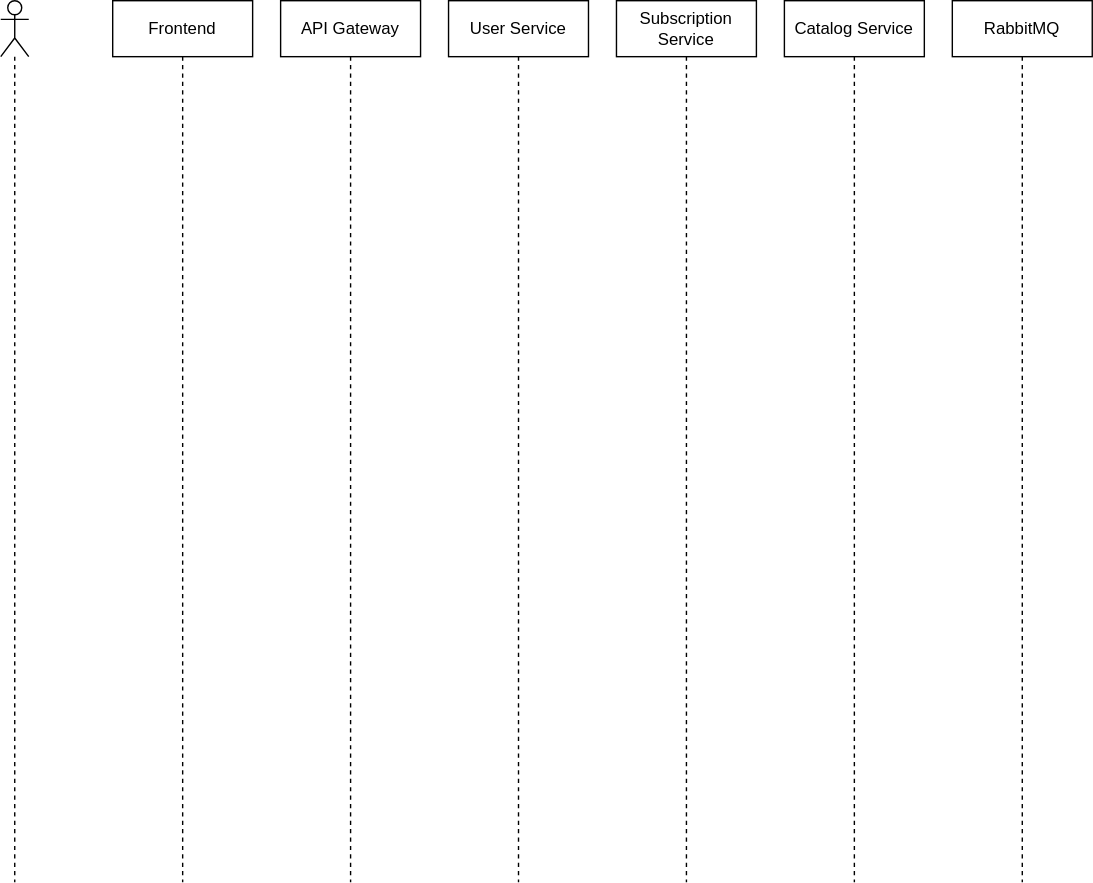
This is UML/UML_sequences.svg from Michail19/NewspaperSubscriber, a draw.io export, as it was before one commit. Source tidied: cells renumbered, new cells last; positions are measured from the earlier drawing's top-left corner, leaving out a move shared by most shapes.
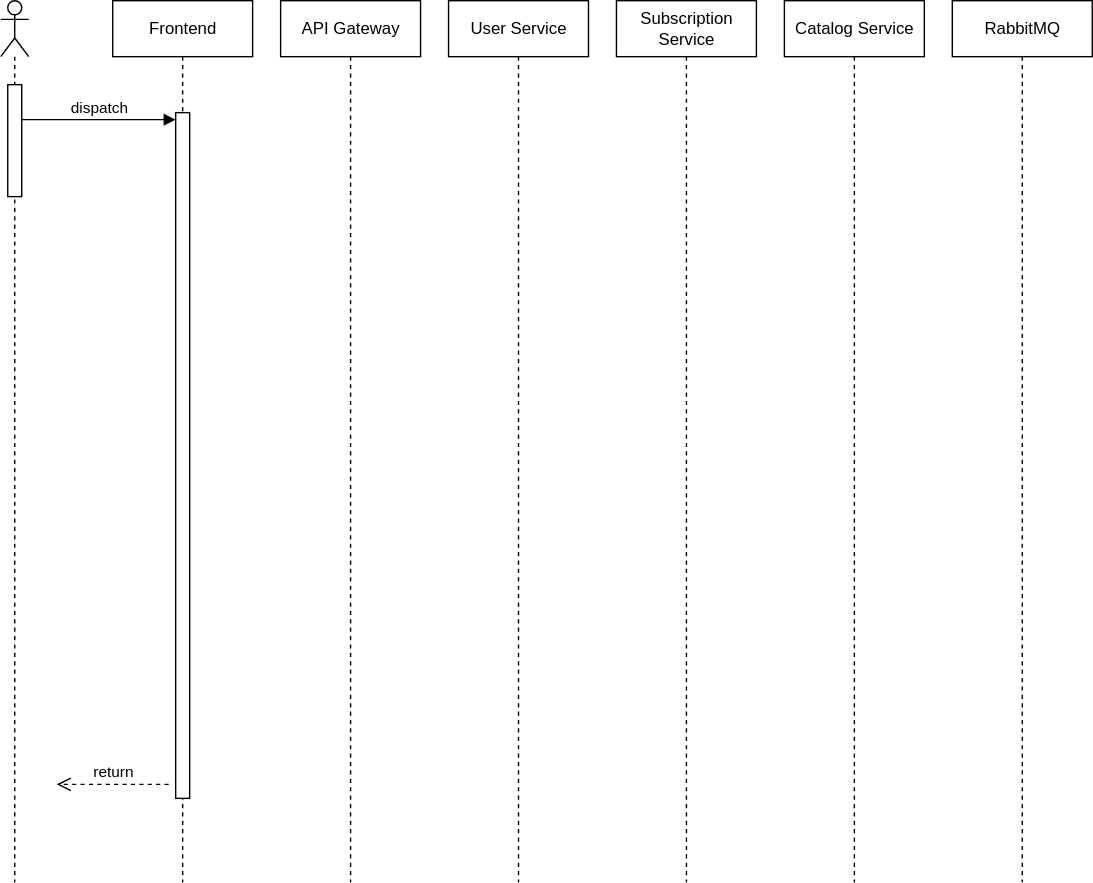
After the commit.

Change to the diagram source:
```diff
@@ -5,9 +5,15 @@
     <mxCell id="2" style="shape=umlLifeline;perimeter=lifelinePerimeter;whiteSpace=wrap;html=1;newEdgeStyle={&quot;curved&quot;:0,&quot;rounded&quot;:0};participant=umlActor;" parent="1" vertex="1">
       <mxGeometry width="20" height="630" as="geometry" />
     </mxCell>
+    <mxCell id="9" style="html=1;points=[[0,0,0,0,5],[0,1,0,0,-5],[1,0,0,0,5],[1,1,0,0,-5]];perimeter=orthogonalPerimeter;outlineConnect=0;targetShapes=umlLifeline;portConstraint=eastwest;newEdgeStyle={&quot;curved&quot;:0,&quot;rounded&quot;:0};" parent="2" vertex="1">
+      <mxGeometry x="5" y="60" width="10" height="80" as="geometry" />
+    </mxCell>
     <mxCell id="3" value="Frontend" style="shape=umlLifeline;perimeter=lifelinePerimeter;whiteSpace=wrap;html=1;newEdgeStyle={&quot;curved&quot;:0,&quot;rounded&quot;:0};" parent="1" vertex="1">
       <mxGeometry x="80" width="100" height="630" as="geometry" />
     </mxCell>
+    <mxCell id="10" style="html=1;points=[[0,0,0,0,5],[0,1,0,0,-5],[1,0,0,0,5],[1,1,0,0,-5]];perimeter=orthogonalPerimeter;outlineConnect=0;targetShapes=umlLifeline;portConstraint=eastwest;newEdgeStyle={&quot;curved&quot;:0,&quot;rounded&quot;:0};" parent="3" vertex="1">
+      <mxGeometry x="45" y="80" width="10" height="490" as="geometry" />
+    </mxCell>
     <mxCell id="4" value="API Gateway" style="shape=umlLifeline;perimeter=lifelinePerimeter;whiteSpace=wrap;html=1;newEdgeStyle={&quot;curved&quot;:0,&quot;rounded&quot;:0};" parent="1" vertex="1">
       <mxGeometry x="200" width="100" height="630" as="geometry" />
     </mxCell>
@@ -23,5 +29,14 @@
     <mxCell id="8" value="RabbitMQ" style="shape=umlLifeline;perimeter=lifelinePerimeter;whiteSpace=wrap;html=1;newEdgeStyle={&quot;curved&quot;:0,&quot;rounded&quot;:0};" parent="1" vertex="1">
       <mxGeometry x="680" width="100" height="630" as="geometry" />
     </mxCell>
+    <mxCell id="11" value="dispatch" style="html=1;verticalAlign=bottom;endArrow=block;curved=0;rounded=0;entryX=0;entryY=0;entryDx=0;entryDy=5;" parent="1" edge="1" source="9" target="10">
+      <mxGeometry relative="1" as="geometry" />
+    </mxCell>
+    <mxCell id="12" value="return" style="html=1;verticalAlign=bottom;endArrow=open;dashed=1;endSize=8;curved=0;rounded=0;" parent="1" edge="1">
+      <mxGeometry relative="1" as="geometry">
+        <mxPoint x="120" y="560" as="sourcePoint" />
+        <mxPoint x="40" y="560" as="targetPoint" />
+      </mxGeometry>
+    </mxCell>
   </root>
 </mxGraphModel>
```
